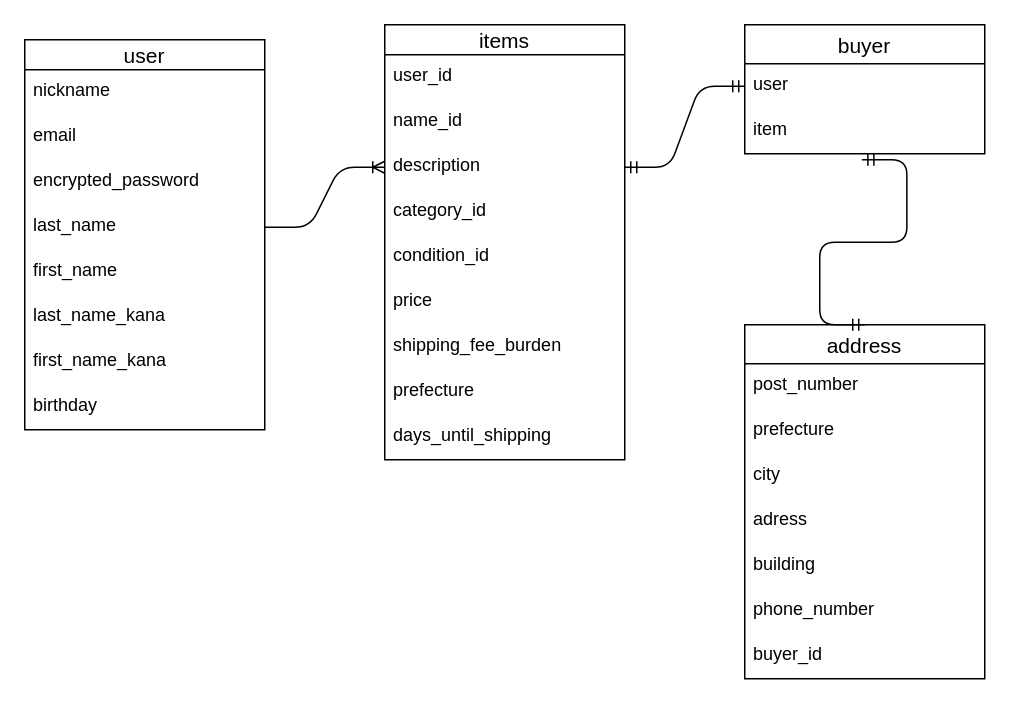
Earlier version of the draw.io diagram ER.dio (srs5576/furima-38524). Source tidied: cells renumbered, new cells numbered last; positions are measured from the earlier drawing's top-left corner, leaving out a move shared by most shapes. Both pictures are drawn from the tidied source at 150%, with x=0, y=0 at pixel (24, 24).
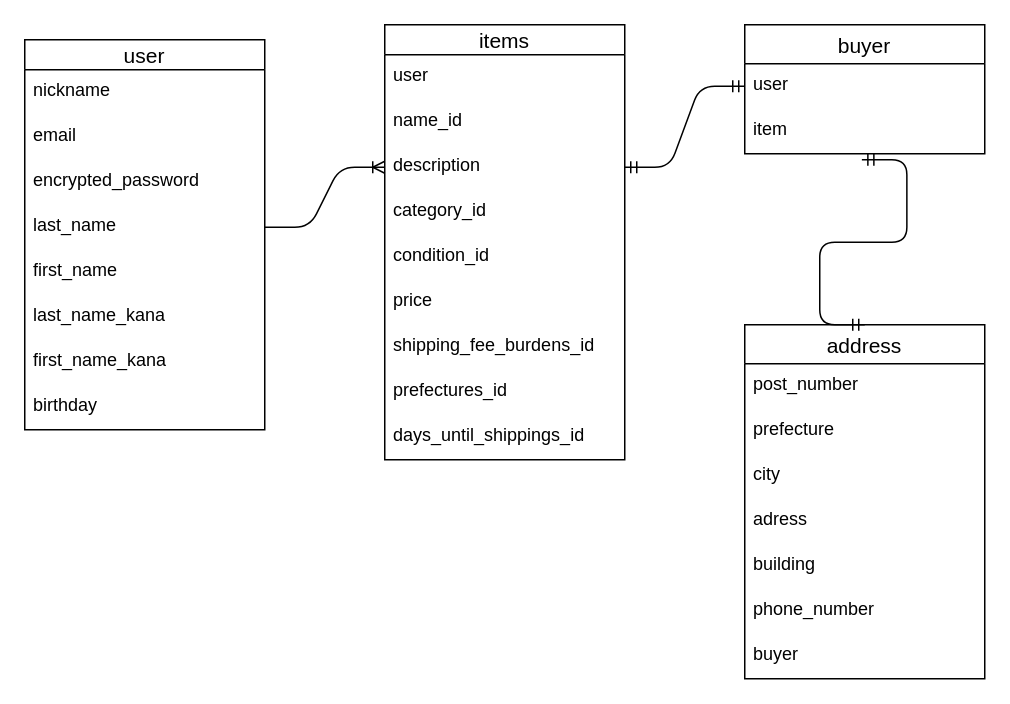
After the change.

The change refers to these unchanged cells:
```xml
<mxCell id="11" value="items" style="swimlane;fontStyle=0;horizontal=1;startSize=20;align=center;fontSize=14;" parent="1" vertex="1">
  <mxGeometry x="240" width="160" height="290" as="geometry" />
</mxCell>
<mxCell id="21" value="address" style="swimlane;fontStyle=0;horizontal=1;startSize=26;align=center;fontSize=14;" parent="1" vertex="1">
  <mxGeometry x="480" y="200" width="160" height="236" as="geometry" />
</mxCell>
```

The edit, as a diff of the source:
```diff
@@
-    <mxCell id="12" value="user_id" style="text;strokeColor=none;fillColor=none;spacingLeft=4;spacingRight=4;overflow=hidden;fontSize=12;" parent="11" vertex="1">
+    <mxCell id="12" value="user" style="text;strokeColor=none;fillColor=none;spacingLeft=4;spacingRight=4;overflow=hidden;fontSize=12;" parent="11" vertex="1">
       <mxGeometry y="20" width="160" height="30" as="geometry" />
     </mxCell>
@@
-    <mxCell id="18" value="shipping_fee_burden" style="text;strokeColor=none;fillColor=none;spacingLeft=4;spacingRight=4;overflow=hidden;fontSize=12;" parent="11" vertex="1">
+    <mxCell id="18" value="shipping_fee_burdens_id" style="text;strokeColor=none;fillColor=none;spacingLeft=4;spacingRight=4;overflow=hidden;fontSize=12;" parent="11" vertex="1">
       <mxGeometry y="200" width="160" height="30" as="geometry" />
     </mxCell>
-    <mxCell id="19" value="prefecture" style="text;strokeColor=none;fillColor=none;spacingLeft=4;spacingRight=4;overflow=hidden;fontSize=12;" parent="11" vertex="1">
+    <mxCell id="19" value="prefectures_id" style="text;strokeColor=none;fillColor=none;spacingLeft=4;spacingRight=4;overflow=hidden;fontSize=12;" parent="11" vertex="1">
       <mxGeometry y="230" width="160" height="30" as="geometry" />
     </mxCell>
-    <mxCell id="20" value="days_until_shipping" style="text;strokeColor=none;fillColor=none;spacingLeft=4;spacingRight=4;overflow=hidden;fontSize=12;" parent="11" vertex="1">
+    <mxCell id="20" value="days_until_shippings_id" style="text;strokeColor=none;fillColor=none;spacingLeft=4;spacingRight=4;overflow=hidden;fontSize=12;" parent="11" vertex="1">
       <mxGeometry y="260" width="160" height="30" as="geometry" />
     </mxCell>
@@
-    <mxCell id="28" value="buyer_id" style="text;strokeColor=none;fillColor=none;spacingLeft=4;spacingRight=4;overflow=hidden;fontSize=12;" parent="21" vertex="1">
+    <mxCell id="28" value="buyer" style="text;strokeColor=none;fillColor=none;spacingLeft=4;spacingRight=4;overflow=hidden;fontSize=12;" parent="21" vertex="1">
       <mxGeometry y="206" width="160" height="30" as="geometry" />
     </mxCell>
```
